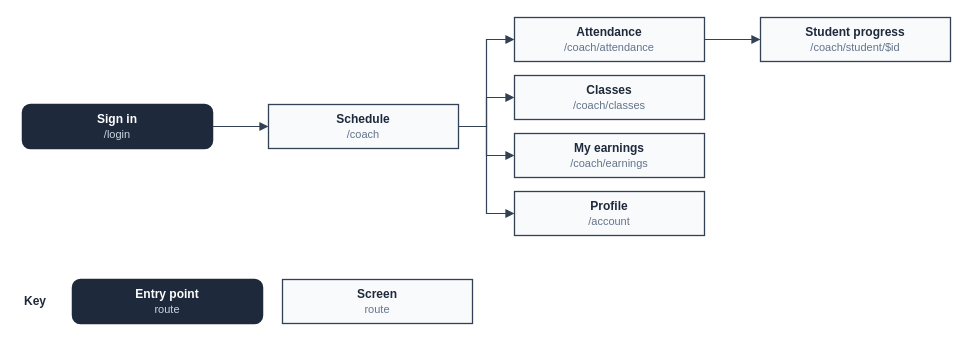
The draw.io diagram docs/diagrams/srs/27-sf-coach.drawio in facingshootingstar/Arena3, before the edit. Source tidied: cells renumbered, new cells numbered last; positions are measured from the earlier drawing's top-left corner, leaving out a move shared by most shapes. Both pictures are drawn from the tidied source at 100%, with x=0, y=0 at pixel (22, 17).
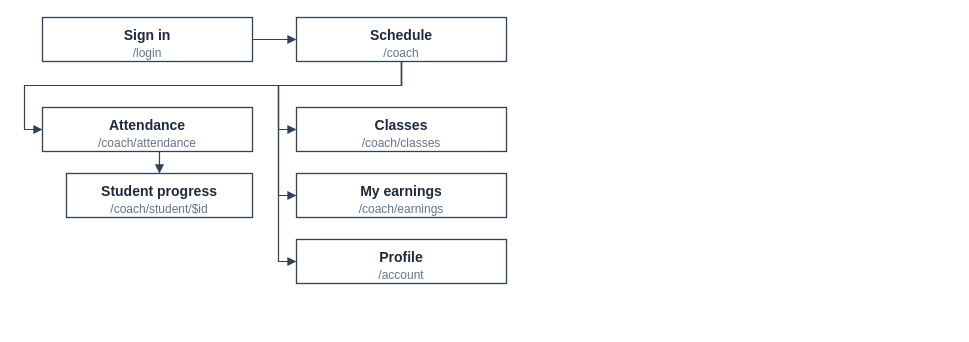
The same page after the edit.

Diff of the diagram source:
```diff
@@
-    <mxCell id="2" value="&lt;b&gt;Sign in&lt;/b&gt;&lt;br&gt;&lt;font style=&quot;font-size:11px&quot; color=&quot;#cbd5e1&quot;&gt;/login&lt;/font&gt;" style="rounded=1;arcSize=18;fillColor=#1e293b;strokeColor=#1e293b;strokeWidth=1.5;whiteSpace=wrap;html=1;fontFamily=Helvetica;fontSize=12;fontColor=#1e293b;fontColor=#ffffff;" parent="1" vertex="1">
-      <mxGeometry y="87" width="190" height="44" as="geometry" />
+    <mxCell id="2" value="&lt;b&gt;Sign in&lt;/b&gt;&lt;br&gt;&lt;font style=&quot;font-size:12px&quot; color=&quot;#64748b&quot;&gt;/login&lt;/font&gt;" style="rounded=0;whiteSpace=wrap;html=1;verticalAlign=top;spacingTop=3;fillColor=#ffffff;strokeColor=#334155;strokeWidth=1.3;fontFamily=Helvetica;fontSize=14;fontColor=#1e293b;" parent="1" vertex="1">
+      <mxGeometry x="20" width="210" height="44" as="geometry" />
     </mxCell>
-    <mxCell id="3" value="&lt;b&gt;Schedule&lt;/b&gt;&lt;br&gt;&lt;font style=&quot;font-size:11px&quot; color=&quot;#64748b&quot;&gt;/coach&lt;/font&gt;" style="rounded=0;fillColor=#f8fafc;strokeColor=#334155;strokeWidth=1.3;whiteSpace=wrap;html=1;fontFamily=Helvetica;fontSize=12;fontColor=#1e293b;" parent="1" vertex="1">
-      <mxGeometry x="246" y="87" width="190" height="44" as="geometry" />
+    <mxCell id="3" value="&lt;b&gt;Schedule&lt;/b&gt;&lt;br&gt;&lt;font style=&quot;font-size:12px&quot; color=&quot;#64748b&quot;&gt;/coach&lt;/font&gt;" style="rounded=0;whiteSpace=wrap;html=1;verticalAlign=top;spacingTop=3;fillColor=#ffffff;strokeColor=#334155;strokeWidth=1.3;fontFamily=Helvetica;fontSize=14;fontColor=#1e293b;" parent="1" vertex="1">
+      <mxGeometry x="274" width="210" height="44" as="geometry" />
     </mxCell>
+    <mxCell id="14" style="html=1;rounded=0;edgeStyle=none;endArrow=block;endFill=1;endSize=6;strokeColor=#334155;strokeWidth=1.2;exitX=1.0000;exitY=0.5000;exitDx=0;exitDy=0;exitPerimeter=0;entryX=0.0000;entryY=0.5000;entryDx=0;entryDy=0;entryPerimeter=0;" parent="1" edge="1" source="2" target="3">
+      <mxGeometry relative="1" as="geometry" />
+    </mxCell>
-    <mxCell id="4" value="&lt;b&gt;Attendance&lt;/b&gt;&lt;br&gt;&lt;font style=&quot;font-size:11px&quot; color=&quot;#64748b&quot;&gt;/coach/attendance&lt;/font&gt;" style="rounded=0;fillColor=#f8fafc;strokeColor=#334155;strokeWidth=1.3;whiteSpace=wrap;html=1;fontFamily=Helvetica;fontSize=12;fontColor=#1e293b;" parent="1" vertex="1">
-      <mxGeometry x="492" width="190" height="44" as="geometry" />
+    <mxCell id="4" value="&lt;b&gt;Attendance&lt;/b&gt;&lt;br&gt;&lt;font style=&quot;font-size:12px&quot; color=&quot;#64748b&quot;&gt;/coach/attendance&lt;/font&gt;" style="rounded=0;whiteSpace=wrap;html=1;verticalAlign=top;spacingTop=3;fillColor=#ffffff;strokeColor=#334155;strokeWidth=1.3;fontFamily=Helvetica;fontSize=14;fontColor=#1e293b;" parent="1" vertex="1">
+      <mxGeometry x="20" y="90" width="210" height="44" as="geometry" />
     </mxCell>
-    <mxCell id="5" value="&lt;b&gt;Student progress&lt;/b&gt;&lt;br&gt;&lt;font style=&quot;font-size:11px&quot; color=&quot;#64748b&quot;&gt;/coach/student/$id&lt;/font&gt;" style="rounded=0;fillColor=#f8fafc;strokeColor=#334155;strokeWidth=1.3;whiteSpace=wrap;html=1;fontFamily=Helvetica;fontSize=12;fontColor=#1e293b;" parent="1" vertex="1">
-      <mxGeometry x="738" width="190" height="44" as="geometry" />
+    <mxCell id="5" value="&lt;b&gt;Student progress&lt;/b&gt;&lt;br&gt;&lt;font style=&quot;font-size:12px&quot; color=&quot;#64748b&quot;&gt;/coach/student/$id&lt;/font&gt;" style="rounded=0;whiteSpace=wrap;html=1;verticalAlign=top;spacingTop=3;fillColor=#ffffff;strokeColor=#334155;strokeWidth=1.3;fontFamily=Helvetica;fontSize=14;fontColor=#1e293b;" parent="1" vertex="1">
+      <mxGeometry x="44" y="156" width="186" height="44" as="geometry" />
     </mxCell>
-    <mxCell id="6" style="html=1;rounded=0;edgeStyle=none;endArrow=block;endFill=1;endSize=6;strokeColor=#334155;strokeWidth=1.2;exitX=1.0000;exitY=0.5000;exitDx=0;exitDy=0;exitPerimeter=0;entryX=0.0000;entryY=0.5000;entryDx=0;entryDy=0;entryPerimeter=0;" parent="1" edge="1" source="4" target="5">
+    <mxCell id="6" style="html=1;rounded=0;edgeStyle=none;endArrow=block;endFill=1;endSize=6;strokeColor=#334155;strokeWidth=1.2;exitX=0.5571;exitY=1.0000;exitDx=0;exitDy=0;exitPerimeter=0;entryX=0.5000;entryY=0.0000;entryDx=0;entryDy=0;entryPerimeter=0;" parent="1" edge="1" source="4" target="5">
       <mxGeometry relative="1" as="geometry" />
     </mxCell>
-    <mxCell id="7" style="html=1;rounded=0;edgeStyle=none;endArrow=block;endFill=1;endSize=6;strokeColor=#334155;strokeWidth=1.2;exitX=1.0000;exitY=0.5000;exitDx=0;exitDy=0;exitPerimeter=0;entryX=0.0000;entryY=0.5000;entryDx=0;entryDy=0;entryPerimeter=0;" parent="1" edge="1" source="3" target="4">
+    <mxCell id="7" style="html=1;rounded=0;edgeStyle=none;endArrow=block;endFill=1;endSize=6;strokeColor=#334155;strokeWidth=1.2;exitX=0.5000;exitY=1.0000;exitDx=0;exitDy=0;exitPerimeter=0;entryX=0.0000;entryY=0.5000;entryDx=0;entryDy=0;entryPerimeter=0;" parent="1" edge="1" source="3" target="4">
       <mxGeometry relative="1" as="geometry">
         <Array as="points">
-          <mxPoint x="464" y="109" />
-          <mxPoint x="464" y="22" />
+          <mxPoint x="379" y="68" />
+          <mxPoint x="2" y="68" />
+          <mxPoint x="2" y="112" />
         </Array>
       </mxGeometry>
     </mxCell>
-    <mxCell id="8" value="&lt;b&gt;Classes&lt;/b&gt;&lt;br&gt;&lt;font style=&quot;font-size:11px&quot; color=&quot;#64748b&quot;&gt;/coach/classes&lt;/font&gt;" style="rounded=0;fillColor=#f8fafc;strokeColor=#334155;strokeWidth=1.3;whiteSpace=wrap;html=1;fontFamily=Helvetica;fontSize=12;fontColor=#1e293b;" parent="1" vertex="1">
-      <mxGeometry x="492" y="58" width="190" height="44" as="geometry" />
+    <mxCell id="8" value="&lt;b&gt;Classes&lt;/b&gt;&lt;br&gt;&lt;font style=&quot;font-size:12px&quot; color=&quot;#64748b&quot;&gt;/coach/classes&lt;/font&gt;" style="rounded=0;whiteSpace=wrap;html=1;verticalAlign=top;spacingTop=3;fillColor=#ffffff;strokeColor=#334155;strokeWidth=1.3;fontFamily=Helvetica;fontSize=14;fontColor=#1e293b;" parent="1" vertex="1">
+      <mxGeometry x="274" y="90" width="210" height="44" as="geometry" />
     </mxCell>
-    <mxCell id="9" style="html=1;rounded=0;edgeStyle=none;endArrow=block;endFill=1;endSize=6;strokeColor=#334155;strokeWidth=1.2;exitX=1.0000;exitY=0.5000;exitDx=0;exitDy=0;exitPerimeter=0;entryX=0.0000;entryY=0.5000;entryDx=0;entryDy=0;entryPerimeter=0;" parent="1" edge="1" source="3" target="8">
+    <mxCell id="9" style="html=1;rounded=0;edgeStyle=none;endArrow=block;endFill=1;endSize=6;strokeColor=#334155;strokeWidth=1.2;exitX=0.5000;exitY=1.0000;exitDx=0;exitDy=0;exitPerimeter=0;entryX=0.0000;entryY=0.5000;entryDx=0;entryDy=0;entryPerimeter=0;" parent="1" edge="1" source="3" target="8">
       <mxGeometry relative="1" as="geometry">
         <Array as="points">
-          <mxPoint x="464" y="109" />
-          <mxPoint x="464" y="80" />
+          <mxPoint x="379" y="68" />
+          <mxPoint x="256" y="68" />
+          <mxPoint x="256" y="112" />
         </Array>
       </mxGeometry>
     </mxCell>
-    <mxCell id="10" value="&lt;b&gt;My earnings&lt;/b&gt;&lt;br&gt;&lt;font style=&quot;font-size:11px&quot; color=&quot;#64748b&quot;&gt;/coach/earnings&lt;/font&gt;" style="rounded=0;fillColor=#f8fafc;strokeColor=#334155;strokeWidth=1.3;whiteSpace=wrap;html=1;fontFamily=Helvetica;fontSize=12;fontColor=#1e293b;" parent="1" vertex="1">
-      <mxGeometry x="492" y="116" width="190" height="44" as="geometry" />
+    <mxCell id="10" value="&lt;b&gt;My earnings&lt;/b&gt;&lt;br&gt;&lt;font style=&quot;font-size:12px&quot; color=&quot;#64748b&quot;&gt;/coach/earnings&lt;/font&gt;" style="rounded=0;whiteSpace=wrap;html=1;verticalAlign=top;spacingTop=3;fillColor=#ffffff;strokeColor=#334155;strokeWidth=1.3;fontFamily=Helvetica;fontSize=14;fontColor=#1e293b;" parent="1" vertex="1">
+      <mxGeometry x="274" y="156" width="210" height="44" as="geometry" />
     </mxCell>
-    <mxCell id="11" style="html=1;rounded=0;edgeStyle=none;endArrow=block;endFill=1;endSize=6;strokeColor=#334155;strokeWidth=1.2;exitX=1.0000;exitY=0.5000;exitDx=0;exitDy=0;exitPerimeter=0;entryX=0.0000;entryY=0.5000;entryDx=0;entryDy=0;entryPerimeter=0;" parent="1" edge="1" source="3" target="10">
+    <mxCell id="11" style="html=1;rounded=0;edgeStyle=none;endArrow=block;endFill=1;endSize=6;strokeColor=#334155;strokeWidth=1.2;exitX=0.5000;exitY=1.0000;exitDx=0;exitDy=0;exitPerimeter=0;entryX=0.0000;entryY=0.5000;entryDx=0;entryDy=0;entryPerimeter=0;" parent="1" edge="1" source="3" target="10">
       <mxGeometry relative="1" as="geometry">
         <Array as="points">
-          <mxPoint x="464" y="109" />
-          <mxPoint x="464" y="138" />
+          <mxPoint x="379" y="68" />
+          <mxPoint x="256" y="68" />
+          <mxPoint x="256" y="178" />
         </Array>
       </mxGeometry>
     </mxCell>
-    <mxCell id="12" value="&lt;b&gt;Profile&lt;/b&gt;&lt;br&gt;&lt;font style=&quot;font-size:11px&quot; color=&quot;#64748b&quot;&gt;/account&lt;/font&gt;" style="rounded=0;fillColor=#f8fafc;strokeColor=#334155;strokeWidth=1.3;whiteSpace=wrap;html=1;fontFamily=Helvetica;fontSize=12;fontColor=#1e293b;" parent="1" vertex="1">
-      <mxGeometry x="492" y="174" width="190" height="44" as="geometry" />
+    <mxCell id="12" value="&lt;b&gt;Profile&lt;/b&gt;&lt;br&gt;&lt;font style=&quot;font-size:12px&quot; color=&quot;#64748b&quot;&gt;/account&lt;/font&gt;" style="rounded=0;whiteSpace=wrap;html=1;verticalAlign=top;spacingTop=3;fillColor=#ffffff;strokeColor=#334155;strokeWidth=1.3;fontFamily=Helvetica;fontSize=14;fontColor=#1e293b;" parent="1" vertex="1">
+      <mxGeometry x="274" y="222" width="210" height="44" as="geometry" />
     </mxCell>
-    <mxCell id="13" style="html=1;rounded=0;edgeStyle=none;endArrow=block;endFill=1;endSize=6;strokeColor=#334155;strokeWidth=1.2;exitX=1.0000;exitY=0.5000;exitDx=0;exitDy=0;exitPerimeter=0;entryX=0.0000;entryY=0.5000;entryDx=0;entryDy=0;entryPerimeter=0;" parent="1" edge="1" source="3" target="12">
+    <mxCell id="13" style="html=1;rounded=0;edgeStyle=none;endArrow=block;endFill=1;endSize=6;strokeColor=#334155;strokeWidth=1.2;exitX=0.5000;exitY=1.0000;exitDx=0;exitDy=0;exitPerimeter=0;entryX=0.0000;entryY=0.5000;entryDx=0;entryDy=0;entryPerimeter=0;" parent="1" edge="1" source="3" target="12">
       <mxGeometry relative="1" as="geometry">
         <Array as="points">
-          <mxPoint x="464" y="109" />
-          <mxPoint x="464" y="196" />
+          <mxPoint x="379" y="68" />
+          <mxPoint x="256" y="68" />
+          <mxPoint x="256" y="244" />
         </Array>
       </mxGeometry>
     </mxCell>
-    <mxCell id="14" style="html=1;rounded=0;edgeStyle=none;endArrow=block;endFill=1;endSize=6;strokeColor=#334155;strokeWidth=1.2;exitX=1.0000;exitY=0.5000;exitDx=0;exitDy=0;exitPerimeter=0;entryX=0.0000;entryY=0.5000;entryDx=0;entryDy=0;entryPerimeter=0;" parent="1" edge="1" source="2" target="3">
-      <mxGeometry relative="1" as="geometry" />
-    </mxCell>
-    <mxCell id="15" value="Key" style="text;html=1;align=left;verticalAlign=middle;fontFamily=Helvetica;fontSize=12;fontColor=#1e293b;fontStyle=1;" parent="1" vertex="1">
-      <mxGeometry y="269" width="40" height="30" as="geometry" />
-    </mxCell>
-    <mxCell id="16" value="&lt;b&gt;Entry point&lt;/b&gt;&lt;br&gt;&lt;font style=&quot;font-size:11px&quot; color=&quot;#cbd5e1&quot;&gt;route&lt;/font&gt;" style="rounded=1;arcSize=18;fillColor=#1e293b;strokeColor=#1e293b;strokeWidth=1.5;whiteSpace=wrap;html=1;fontFamily=Helvetica;fontSize=12;fontColor=#1e293b;fontColor=#ffffff;" parent="1" vertex="1">
-      <mxGeometry x="50" y="262" width="190" height="44" as="geometry" />
-    </mxCell>
-    <mxCell id="17" value="&lt;b&gt;Screen&lt;/b&gt;&lt;br&gt;&lt;font style=&quot;font-size:11px&quot; color=&quot;#64748b&quot;&gt;route&lt;/font&gt;" style="rounded=0;fillColor=#f8fafc;strokeColor=#334155;strokeWidth=1.3;whiteSpace=wrap;html=1;fontFamily=Helvetica;fontSize=12;fontColor=#1e293b;" parent="1" vertex="1">
-      <mxGeometry x="260" y="262" width="190" height="44" as="geometry" />
-    </mxCell>
```
